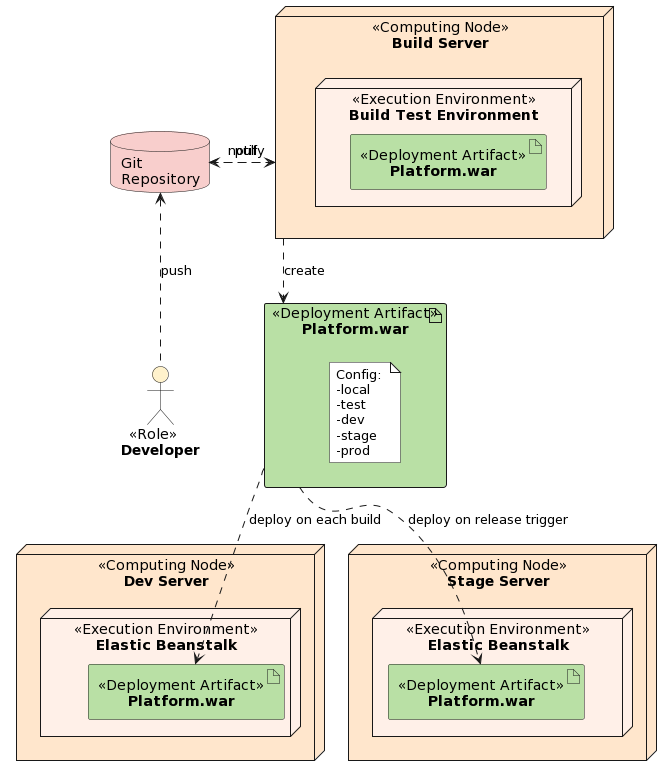
YanChunChang/BA_Plantuml keeps this PlantUML diagram as out/DD/simple-activities/DD_Activities@Devtime.png. Above is the earlier version.
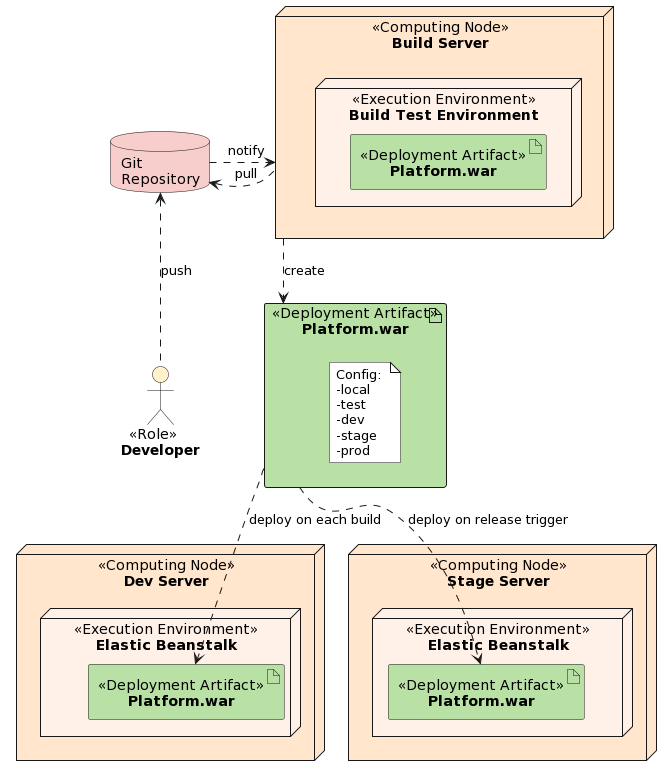
Later version of the same file.

What changed in the source:
```diff
@@ -59,9 +59,8 @@
 
 dev .u.> git :push
 git .> e : notify
-e .> git : pull
+e .l.> git : pull
 e ..> a6 : create
 a6 ..> a3 :deploy on each build
 a6 ..> a4 :deploy on release trigger
-
 @enduml
```
